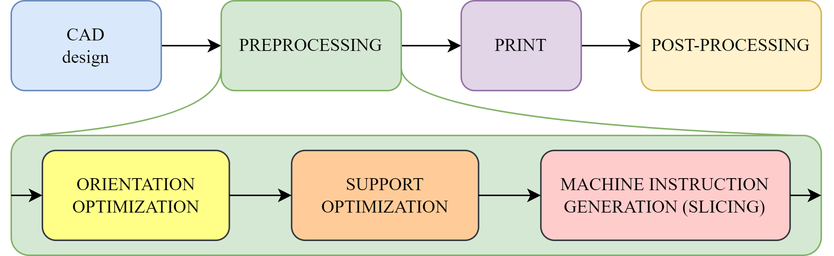
Before: !5_article/Images/01_process3dprint/process3dPrinting.png, a diagram exported from draw.io (hapeet/3D-print-optimization___India-summer-internship). Source tidied: cells renumbered, new cells last; positions are measured from the earlier drawing's top-left corner, leaving out a move shared by most shapes. Its diagram source:
```xml
<mxGraphModel>
  <root>
    <mxCell id="0" />
    <mxCell id="1" parent="0" />
    <mxCell id="2" style="edgeStyle=orthogonalEdgeStyle;rounded=0;jettySize=auto;html=1;" parent="1" edge="1" source="3" target="5">
      <mxGeometry relative="1" as="geometry" />
    </mxCell>
    <mxCell id="3" value="CAD&lt;br&gt;design" style="rounded=1;whiteSpace=wrap;html=1;fontFamily=Times New Roman;fillColor=#dae8fc;strokeColor=#6c8ebf;" parent="1" vertex="1">
      <mxGeometry width="100" height="60" as="geometry" />
    </mxCell>
    <mxCell id="4" style="edgeStyle=orthogonalEdgeStyle;rounded=0;jettySize=auto;html=1;" parent="1" edge="1" source="5" target="7">
      <mxGeometry relative="1" as="geometry" />
    </mxCell>
    <mxCell id="5" value="PREPROCESSING" style="whiteSpace=wrap;html=1;fontFamily=Times New Roman;rounded=1;fillColor=#d5e8d4;strokeColor=#82b366;" parent="1" vertex="1">
      <mxGeometry x="140" width="120" height="60" as="geometry" />
    </mxCell>
    <mxCell id="6" style="edgeStyle=orthogonalEdgeStyle;rounded=0;jettySize=auto;html=1;" parent="1" edge="1" source="7" target="8">
      <mxGeometry relative="1" as="geometry" />
    </mxCell>
    <mxCell id="7" value="PRINT" style="whiteSpace=wrap;html=1;fontFamily=Times New Roman;rounded=1;fillColor=#e1d5e7;strokeColor=#9673a6;" parent="1" vertex="1">
      <mxGeometry x="300" width="80" height="60" as="geometry" />
    </mxCell>
    <mxCell id="8" value="POST-PROCESSING" style="whiteSpace=wrap;html=1;fontFamily=Times New Roman;rounded=1;fillColor=#fff2cc;strokeColor=#d6b656;" parent="1" vertex="1">
      <mxGeometry x="420" width="120" height="60" as="geometry" />
    </mxCell>
    <mxCell id="9" style="curved=1;endArrow=none;html=1;rounded=0;exitX=0;exitY=0.75;exitDx=0;exitDy=0;entryX=0.036;entryY=-0.006;entryDx=0;entryDy=0;entryPerimeter=0;endFill=0;fillColor=#d5e8d4;strokeColor=#82b366;" parent="1" edge="1" source="5" target="12">
      <mxGeometry relative="1" as="geometry">
        <Array as="points">
          <mxPoint x="140" y="80" />
        </Array>
      </mxGeometry>
    </mxCell>
    <mxCell id="10" style="curved=1;endArrow=none;html=1;rounded=0;entryX=1;entryY=0.75;entryDx=0;entryDy=0;exitX=0.971;exitY=0.001;exitDx=0;exitDy=0;exitPerimeter=0;endFill=0;fillColor=#d5e8d4;strokeColor=#82b366;" parent="1" edge="1" source="12" target="5">
      <mxGeometry relative="1" as="geometry">
        <Array as="points">
          <mxPoint x="260" y="80" />
        </Array>
      </mxGeometry>
    </mxCell>
    <mxCell id="11" style="group;" parent="1" vertex="1">
      <mxGeometry y="90" width="540" height="80" as="geometry" />
    </mxCell>
    <mxCell id="12" style="rounded=1;whiteSpace=wrap;html=1;fillColor=#d5e8d4;strokeColor=#82b366;" parent="11" vertex="1">
      <mxGeometry width="540" height="80" as="geometry" />
    </mxCell>
    <mxCell id="13" value="&lt;font face=&quot;Times New Roman&quot;&gt;SUPPORT OPTIMIZATION&lt;/font&gt;" style="whiteSpace=wrap;html=1;rounded=1;fillColor=#ffcc99;strokeColor=#36393d;" parent="11" vertex="1">
      <mxGeometry x="186.9" y="10" width="124.6" height="60" as="geometry" />
    </mxCell>
    <mxCell id="14" value="&lt;font face=&quot;Times New Roman&quot;&gt;MACHINE INSTRUCTION GENERATION (SLICING)&lt;/font&gt;" style="whiteSpace=wrap;html=1;rounded=1;fillColor=#ffcccc;strokeColor=#36393d;" parent="11" vertex="1">
      <mxGeometry x="353.1" y="10" width="166.2" height="60" as="geometry" />
    </mxCell>
    <mxCell id="15" style="edgeStyle=orthogonalEdgeStyle;rounded=0;jettySize=auto;html=1;" parent="11" edge="1" source="13" target="14">
      <mxGeometry relative="1" as="geometry" />
    </mxCell>
    <mxCell id="16" style="endArrow=classic;html=1;rounded=0;entryX=0;entryY=0.5;entryDx=0;entryDy=0;" parent="11" edge="1" target="17">
      <mxGeometry relative="1" as="geometry">
        <mxPoint y="40" as="sourcePoint" />
      </mxGeometry>
    </mxCell>
    <mxCell id="17" value="&lt;font face=&quot;Times New Roman&quot;&gt;ORIENTATION OPTIMIZATION&lt;/font&gt;" style="rounded=1;whiteSpace=wrap;html=1;fillColor=#ffff88;strokeColor=#36393d;" parent="11" vertex="1">
      <mxGeometry x="20.8" y="10" width="124.6" height="60" as="geometry" />
    </mxCell>
    <mxCell id="18" style="edgeStyle=orthogonalEdgeStyle;rounded=0;jettySize=auto;html=1;" parent="11" edge="1" source="17" target="13">
      <mxGeometry relative="1" as="geometry" />
    </mxCell>
    <mxCell id="19" style="endArrow=classic;html=1;rounded=0;entryX=1;entryY=0.5;entryDx=0;entryDy=0;exitX=1;exitY=0.5;exitDx=0;exitDy=0;" parent="11" edge="1" source="14" target="12">
      <mxGeometry relative="1" as="geometry" />
    </mxCell>
  </root>
</mxGraphModel>
```
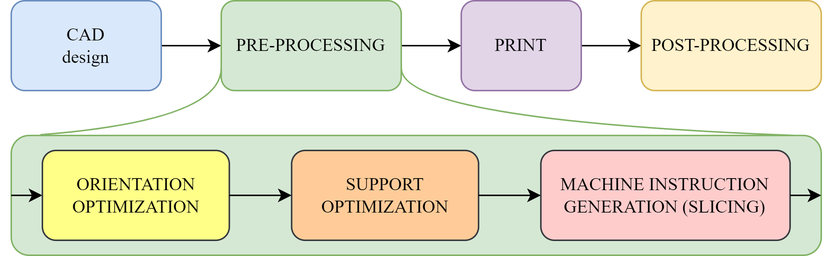
The same diagram one commit later.

What changed in the source:
```diff
@@ -11,7 +11,7 @@
     <mxCell id="4" style="edgeStyle=orthogonalEdgeStyle;rounded=0;jettySize=auto;html=1;" parent="1" edge="1" source="5" target="7">
       <mxGeometry relative="1" as="geometry" />
     </mxCell>
-    <mxCell id="5" value="PREPROCESSING" style="whiteSpace=wrap;html=1;fontFamily=Times New Roman;rounded=1;fillColor=#d5e8d4;strokeColor=#82b366;" parent="1" vertex="1">
+    <mxCell id="5" value="PRE-PROCESSING" style="whiteSpace=wrap;html=1;fontFamily=Times New Roman;rounded=1;fillColor=#d5e8d4;strokeColor=#82b366;" parent="1" vertex="1">
       <mxGeometry x="140" width="120" height="60" as="geometry" />
     </mxCell>
     <mxCell id="6" style="edgeStyle=orthogonalEdgeStyle;rounded=0;jettySize=auto;html=1;" parent="1" edge="1" source="7" target="8">
```
